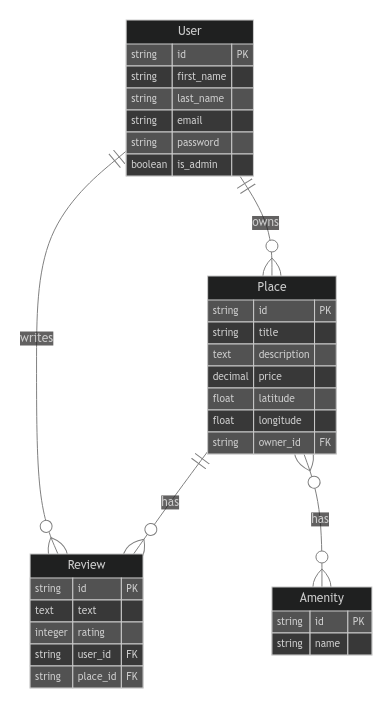
This is part3/docs/database_diagram.png from melvinredondotanis/holbertonschool-hbnb, a Mermaid export, as it was before one commit. Its source is kept beside it as part3/docs/database_diagram.mmd.
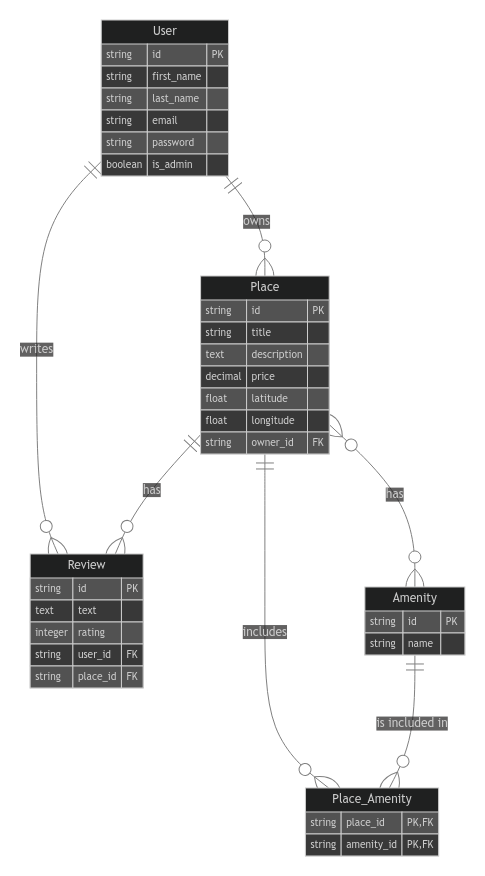
Later version of the same file.

Diff of the diagram source:
```diff
@@ -31,7 +31,14 @@
         string name
     }
 
+    Place_Amenity {
+        string place_id PK,FK
+        string amenity_id PK,FK
+    }
+
     User ||--o{ Place : "owns"
     User ||--o{ Review : "writes"
     Place ||--o{ Review : "has"
     Place }o--o{ Amenity : "has"
+    Place ||--o{ Place_Amenity : "includes"
+    Amenity ||--o{ Place_Amenity : "is included in"
```
